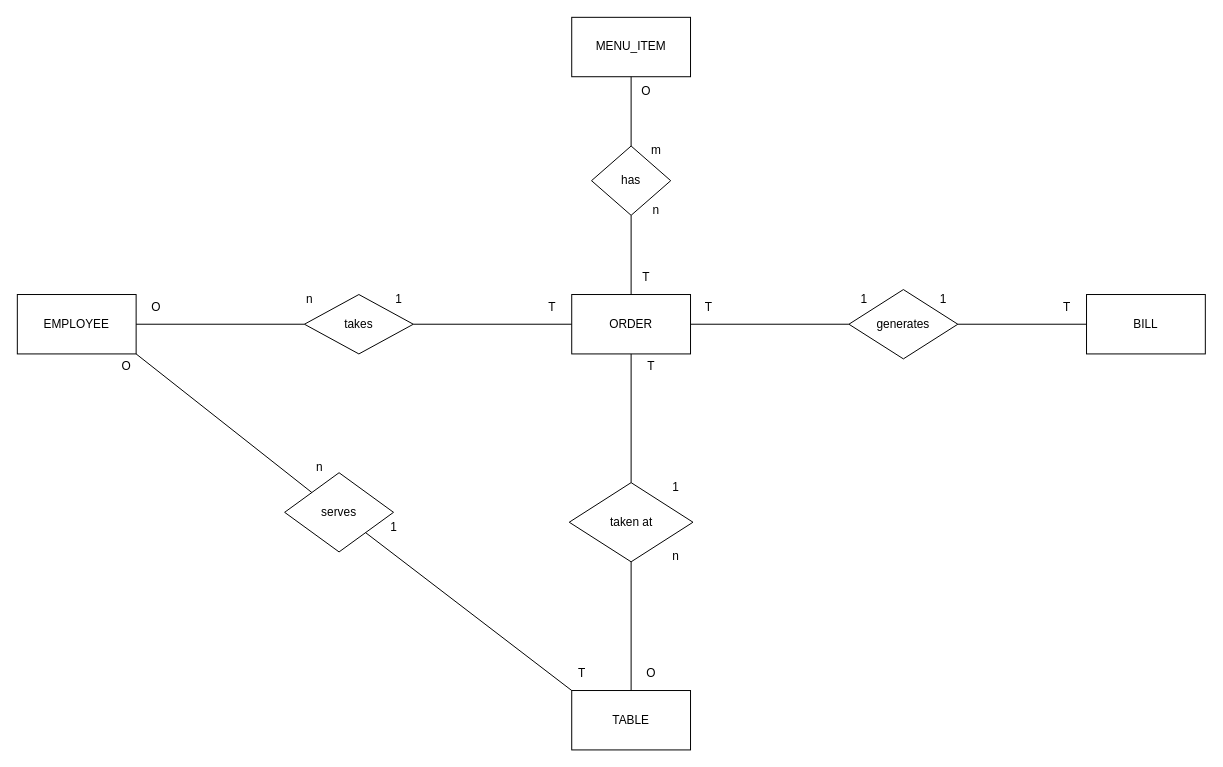
tnb1604/tnb1604 keeps this draw.io diagram as ProjectBuildingApplicationsERD.drawio. Above is the earlier version. Source tidied: cells renumbered, new cells numbered last; positions are measured from the earlier drawing's top-left corner, leaving out a move shared by most shapes. Both pictures are drawn from the tidied source at 99%, with x=0, y=0 at pixel (17, 17).
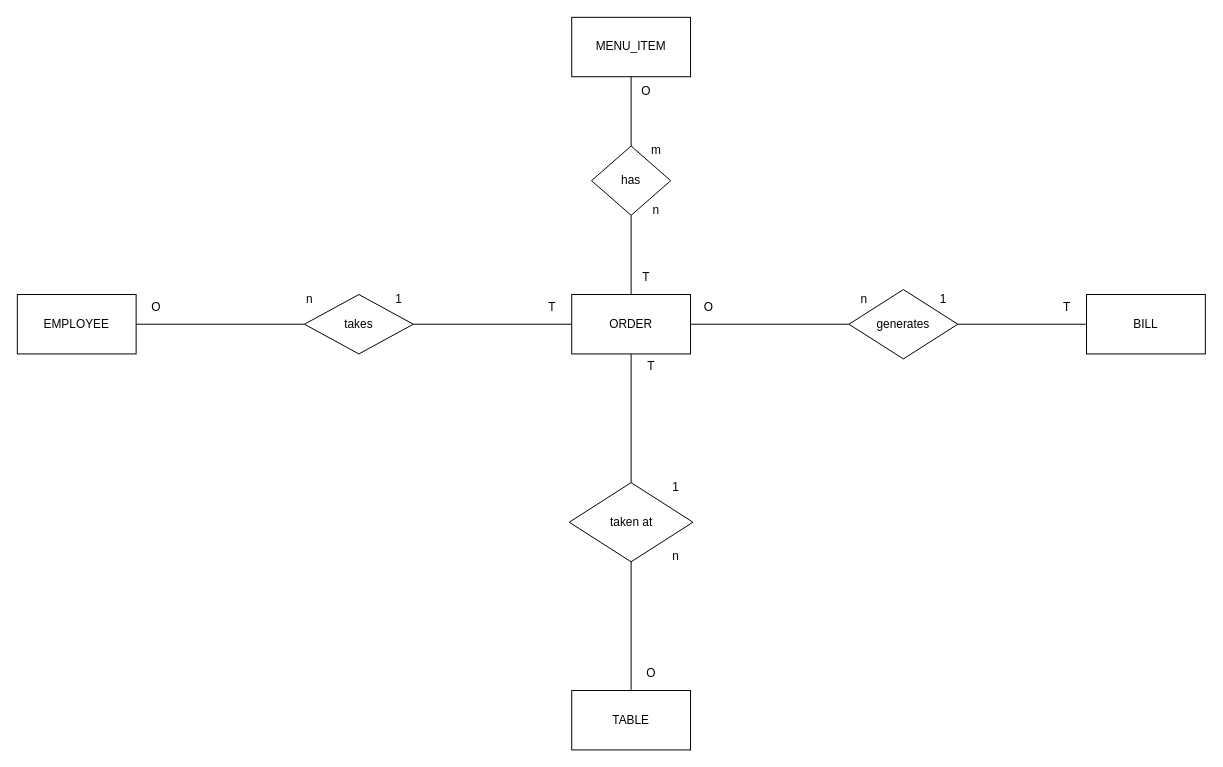
The same page after the edit.

The change refers to these unchanged cells:
```xml
<mxCell id="2" value="TABLE" style="rounded=0;whiteSpace=wrap;html=1;" parent="1" vertex="1">
  <mxGeometry x="560" y="680" width="120" height="60" as="geometry" />
</mxCell>
<mxCell id="5" value="EMPLOYEE" style="rounded=0;whiteSpace=wrap;html=1;" parent="1" vertex="1">
  <mxGeometry y="280" width="120" height="60" as="geometry" />
</mxCell>
```

The edit, as a diff of the source:
```diff
@@
-    <mxCell id="12" value="serves" style="rhombus;whiteSpace=wrap;html=1;" parent="1" vertex="1">
-      <mxGeometry x="270" y="460" width="110" height="80" as="geometry" />
-    </mxCell>
-    <mxCell id="13" style="endArrow=none;html=1;rounded=0;entryX=1;entryY=1;entryDx=0;entryDy=0;exitX=0;exitY=0;exitDx=0;exitDy=0;" parent="1" edge="1" source="12" target="5">
-      <mxGeometry relative="1" as="geometry" />
-    </mxCell>
-    <mxCell id="14" style="endArrow=none;html=1;rounded=0;entryX=0;entryY=0;entryDx=0;entryDy=0;" parent="1" edge="1" source="12" target="2">
-      <mxGeometry relative="1" as="geometry" />
-    </mxCell>
@@
-    <mxCell id="17" value="1" style="text;html=1;align=center;verticalAlign=middle;strokeColor=none;fillColor=none;" parent="1" vertex="1">
-      <mxGeometry x="365" y="500" width="30" height="30" as="geometry" />
-    </mxCell>
-    <mxCell id="18" value="n" style="text;html=1;align=center;verticalAlign=middle;strokeColor=none;fillColor=none;" parent="1" vertex="1">
-      <mxGeometry x="290" y="440" width="30" height="30" as="geometry" />
-    </mxCell>
@@
-    <mxCell id="25" value="T" style="text;html=1;align=center;verticalAlign=middle;strokeColor=none;fillColor=none;" parent="1" vertex="1">
-      <mxGeometry x="555" y="648" width="30" height="30" as="geometry" />
-    </mxCell>
-    <mxCell id="26" value="O" style="text;html=1;align=center;verticalAlign=middle;strokeColor=none;fillColor=none;" parent="1" vertex="1">
-      <mxGeometry x="95" y="338" width="30" height="30" as="geometry" />
-    </mxCell>
@@
-    <mxCell id="35" value="1" style="text;html=1;align=center;verticalAlign=middle;strokeColor=none;fillColor=none;" parent="1" vertex="1">
+    <mxCell id="35" value="n" style="text;html=1;align=center;verticalAlign=middle;strokeColor=none;fillColor=none;" parent="1" vertex="1">
       <mxGeometry x="840" y="270" width="30" height="30" as="geometry" />
     </mxCell>
@@
-    <mxCell id="38" value="T" style="text;html=1;align=center;verticalAlign=middle;strokeColor=none;fillColor=none;" parent="1" vertex="1">
+    <mxCell id="38" value="O" style="text;html=1;align=center;verticalAlign=middle;strokeColor=none;fillColor=none;" parent="1" vertex="1">
       <mxGeometry x="682.5" y="278" width="30" height="30" as="geometry" />
     </mxCell>
```
